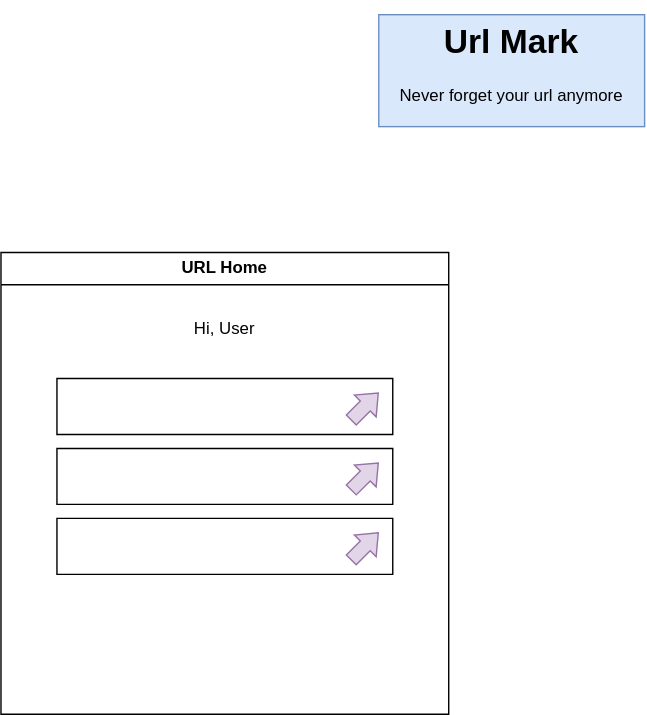
This is wireframe.svg from tiwarihardik/urlmark, a draw.io export, as it was before one commit. Source tidied: cells renumbered, new cells last; positions are measured from the earlier drawing's top-left corner, leaving out a move shared by most shapes. Source of this version:
```xml
<mxGraphModel>
  <root>
    <mxCell id="0" />
    <mxCell id="1" parent="0" />
    <mxCell id="2" value="&lt;h1&gt;Url Mark&lt;/h1&gt;&lt;p&gt;Never forget your url anymore&lt;/p&gt;" style="text;html=1;strokeColor=#6c8ebf;fillColor=#dae8fc;spacing=5;spacingTop=-20;whiteSpace=wrap;overflow=hidden;rounded=0;align=center;" parent="1" vertex="1">
      <mxGeometry x="270" width="190" height="80" as="geometry" />
    </mxCell>
    <mxCell id="3" value="URL Home" style="swimlane;whiteSpace=wrap;html=1;" parent="1" vertex="1">
      <mxGeometry y="170" width="320" height="330" as="geometry" />
    </mxCell>
    <mxCell id="4" value="Hi, User" style="text;html=1;strokeColor=none;fillColor=none;align=center;verticalAlign=middle;whiteSpace=wrap;rounded=0;" parent="3" vertex="1">
      <mxGeometry x="130" y="40" width="60" height="30" as="geometry" />
    </mxCell>
    <mxCell id="5" style="verticalLabelPosition=bottom;verticalAlign=top;html=1;shape=mxgraph.basic.rect;fillColor2=none;strokeWidth=1;size=20;indent=5;" parent="3" vertex="1">
      <mxGeometry x="40" y="90" width="240" height="40" as="geometry" />
    </mxCell>
    <mxCell id="6" style="verticalLabelPosition=bottom;verticalAlign=top;html=1;shape=mxgraph.basic.rect;fillColor2=none;strokeWidth=1;size=20;indent=5;" parent="3" vertex="1">
      <mxGeometry x="40" y="140" width="240" height="40" as="geometry" />
    </mxCell>
    <mxCell id="7" style="verticalLabelPosition=bottom;verticalAlign=top;html=1;shape=mxgraph.basic.rect;fillColor2=none;strokeWidth=1;size=20;indent=5;" parent="3" vertex="1">
      <mxGeometry x="40" y="190" width="240" height="40" as="geometry" />
    </mxCell>
    <mxCell id="8" style="shape=flexArrow;endArrow=classic;html=1;rounded=0;fillColor=#e1d5e7;strokeColor=#9673a6;endWidth=11;endSize=4.05;" parent="3" edge="1">
      <mxGeometry relative="1" as="geometry">
        <mxPoint x="250" y="120" as="sourcePoint" />
        <mxPoint x="270" y="100" as="targetPoint" />
      </mxGeometry>
    </mxCell>
    <mxCell id="9" style="shape=flexArrow;endArrow=classic;html=1;rounded=0;fillColor=#e1d5e7;strokeColor=#9673a6;endWidth=11;endSize=4.05;" parent="3" edge="1">
      <mxGeometry relative="1" as="geometry">
        <mxPoint x="250" y="170" as="sourcePoint" />
        <mxPoint x="270" y="150" as="targetPoint" />
      </mxGeometry>
    </mxCell>
    <mxCell id="10" style="shape=flexArrow;endArrow=classic;html=1;rounded=0;fillColor=#e1d5e7;strokeColor=#9673a6;endWidth=11;endSize=4.05;" parent="3" edge="1">
      <mxGeometry relative="1" as="geometry">
        <mxPoint x="250" y="220" as="sourcePoint" />
        <mxPoint x="270" y="200" as="targetPoint" />
      </mxGeometry>
    </mxCell>
  </root>
</mxGraphModel>
```
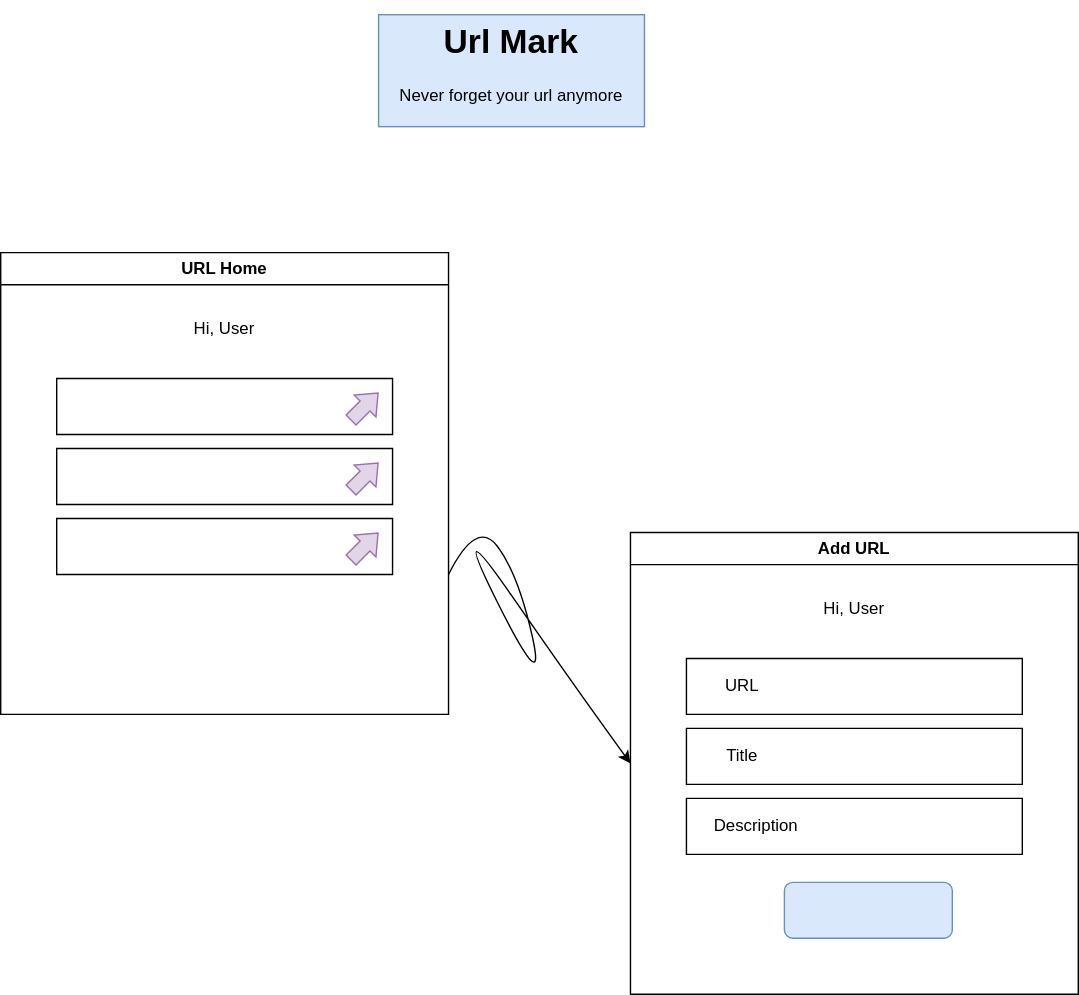
The same file after the commit.

Change to the diagram source:
```diff
@@ -38,5 +38,44 @@
         <mxPoint x="270" y="200" as="targetPoint" />
       </mxGeometry>
     </mxCell>
+    <mxCell id="11" value="Add URL" style="swimlane;whiteSpace=wrap;html=1;" parent="1" vertex="1">
+      <mxGeometry x="450" y="370" width="320" height="330" as="geometry" />
+    </mxCell>
+    <mxCell id="12" value="Hi, User" style="text;html=1;strokeColor=none;fillColor=none;align=center;verticalAlign=middle;whiteSpace=wrap;rounded=0;" parent="11" vertex="1">
+      <mxGeometry x="130" y="40" width="60" height="30" as="geometry" />
+    </mxCell>
+    <mxCell id="13" style="verticalLabelPosition=bottom;verticalAlign=top;html=1;shape=mxgraph.basic.rect;fillColor2=none;strokeWidth=1;size=20;indent=5;" parent="11" vertex="1">
+      <mxGeometry x="40" y="90" width="240" height="40" as="geometry" />
+    </mxCell>
+    <mxCell id="14" style="verticalLabelPosition=bottom;verticalAlign=top;html=1;shape=mxgraph.basic.rect;fillColor2=none;strokeWidth=1;size=20;indent=5;" parent="11" vertex="1">
+      <mxGeometry x="40" y="140" width="240" height="40" as="geometry" />
+    </mxCell>
+    <mxCell id="15" style="verticalLabelPosition=bottom;verticalAlign=top;html=1;shape=mxgraph.basic.rect;fillColor2=none;strokeWidth=1;size=20;indent=5;" parent="11" vertex="1">
+      <mxGeometry x="40" y="190" width="240" height="40" as="geometry" />
+    </mxCell>
+    <mxCell id="16" value="URL" style="text;html=1;strokeColor=none;fillColor=none;align=center;verticalAlign=middle;whiteSpace=wrap;rounded=0;" parent="11" vertex="1">
+      <mxGeometry x="50" y="95" width="60" height="30" as="geometry" />
+    </mxCell>
+    <mxCell id="17" value="Title" style="text;html=1;strokeColor=none;fillColor=none;align=center;verticalAlign=middle;whiteSpace=wrap;rounded=0;" parent="11" vertex="1">
+      <mxGeometry x="50" y="145" width="60" height="30" as="geometry" />
+    </mxCell>
+    <mxCell id="18" value="Description" style="text;html=1;strokeColor=none;fillColor=none;align=center;verticalAlign=middle;whiteSpace=wrap;rounded=0;" parent="11" vertex="1">
+      <mxGeometry x="60" y="195" width="60" height="30" as="geometry" />
+    </mxCell>
+    <mxCell id="19" style="rounded=1;whiteSpace=wrap;html=1;fillColor=#dae8fc;strokeColor=#6c8ebf;" parent="11" vertex="1">
+      <mxGeometry x="110" y="250" width="120" height="40" as="geometry" />
+    </mxCell>
+    <mxCell id="20" style="curved=1;endArrow=classic;html=1;rounded=0;entryX=0;entryY=0.5;entryDx=0;entryDy=0;" parent="1" edge="1" target="11">
+      <mxGeometry relative="1" as="geometry">
+        <mxPoint x="320" y="400" as="sourcePoint" />
+        <Array as="points">
+          <mxPoint x="340" y="360" />
+          <mxPoint x="370" y="400" />
+          <mxPoint x="390" y="490" />
+          <mxPoint x="320" y="350" />
+          <mxPoint x="410" y="480" />
+        </Array>
+      </mxGeometry>
+    </mxCell>
   </root>
 </mxGraphModel>
```
